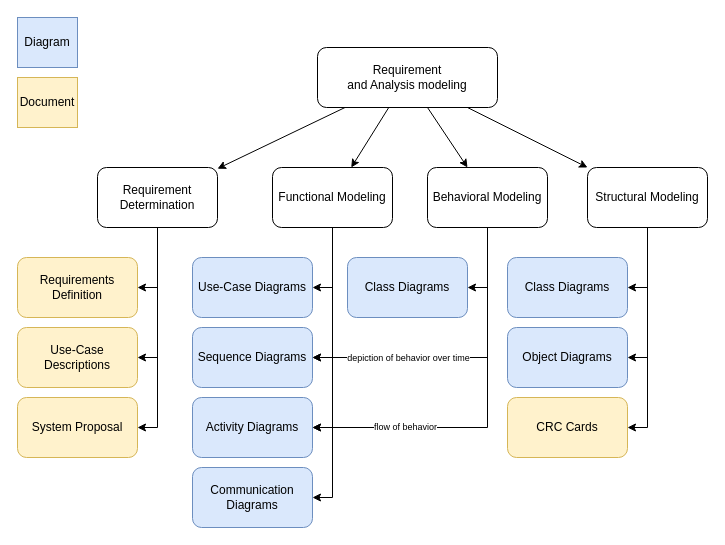
Earlier version of the draw.io diagram CH7Lab.drawio (JustZakary/System-Analysis-Design-Cheat-sheet). Source tidied: cells renumbered, new cells numbered last; positions are measured from the earlier drawing's top-left corner, leaving out a move shared by most shapes. Both pictures are drawn from the tidied source at 100%, with x=0, y=0 at pixel (17, 17).
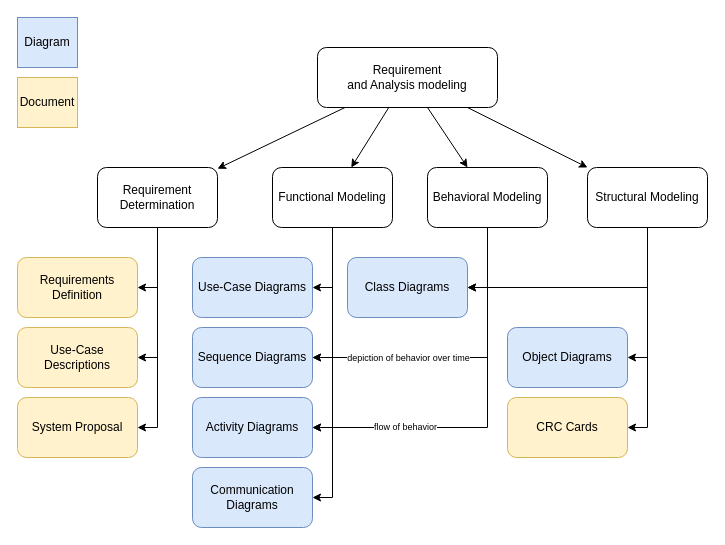
Above is the later version.

Unchanged cells that the change refers to:
```xml
<mxCell id="21" value="Structural Modeling" style="rounded=1;whiteSpace=wrap;html=1;" parent="1" vertex="1">
  <mxGeometry x="570" y="150" width="120" height="60" as="geometry" />
</mxCell>
<mxCell id="38" value="Class Diagrams" style="rounded=1;whiteSpace=wrap;html=1;fillColor=#dae8fc;strokeColor=#6c8ebf;" parent="1" vertex="1">
  <mxGeometry x="330" y="240" width="120" height="60" as="geometry" />
</mxCell>
```

The edit, as a diff of the source:
```diff
@@
-    <mxCell id="18" style="edgeStyle=orthogonalEdgeStyle;rounded=0;jettySize=auto;html=1;entryX=1;entryY=0.5;entryDx=0;entryDy=0;" parent="1" edge="1" source="21" target="35">
-      <mxGeometry relative="1" as="geometry" />
+    <mxCell id="18" style="edgeStyle=orthogonalEdgeStyle;rounded=0;jettySize=auto;html=1;entryX=1;entryY=0.5;entryDx=0;entryDy=0;" parent="1" edge="1" source="21" target="38">
+      <mxGeometry relative="1" as="geometry">
+        <Array as="points">
+          <mxPoint x="630" y="270" />
+        </Array>
+      </mxGeometry>
     </mxCell>
@@
-    <mxCell id="35" value="Class Diagrams" style="rounded=1;whiteSpace=wrap;html=1;fillColor=#dae8fc;strokeColor=#6c8ebf;" parent="1" vertex="1">
-      <mxGeometry x="490" y="240" width="120" height="60" as="geometry" />
-    </mxCell>
```
